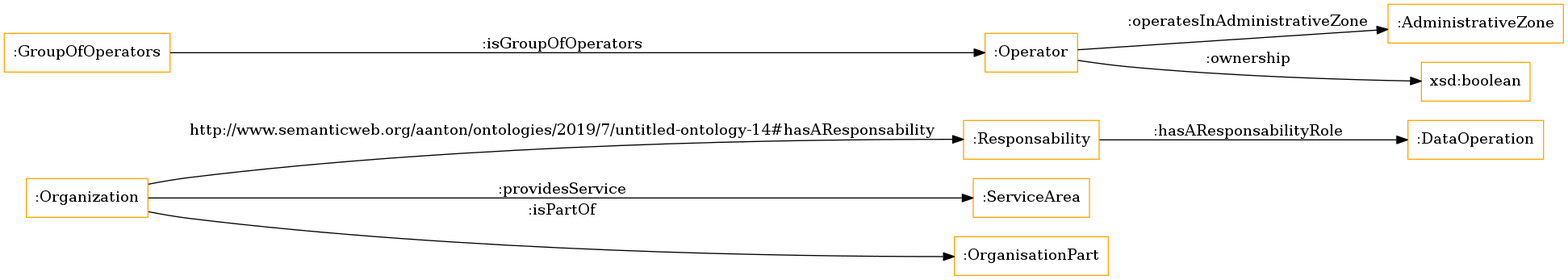
This is OnToology/ontology/tm-authorities.owl/diagrams/ar2dtool-class/tm-authorities.owl.png from oeg-upm/transmodel-ontology, a Graphviz export, as it was before one commit. Its source is kept beside it as OnToology/ontology/tm-authorities.owl/diagrams/ar2dtool-class/tm-authorities.owl.png.dot. Its diagram source:
```dot
digraph ar2dtool_diagram {
rankdir=LR;
size="1501"
node [shape = rectangle, color="orange"]; ":Responsability" ":ServiceArea" ":Organization" ":AdministrativeZone" ":OrganisationPart" ":GroupOfOperators" ":Operator" ; /*classes style*/
	":Operator" -> ":AdministrativeZone" [ label = ":operatesInAdministrativeZone" ];
	":Organization" -> ":ServiceArea" [ label = ":providesService" ];
	":Operator" -> "xsd:boolean" [ label = ":ownership" ];
	":Responsability" -> ":DataOperation" [ label = ":hasAResponsabilityRole" ];
	":Organization" -> ":OrganisationPart" [ label = ":isPartOf" ];
	":GroupOfOperators" -> ":Operator" [ label = ":isGroupOfOperators" ];
	":Organization" -> ":Responsability" [ label = "http://www.semanticweb.org/aanton/ontologies/2019/7/untitled-ontology-14#hasAResponsability" ];

}
```
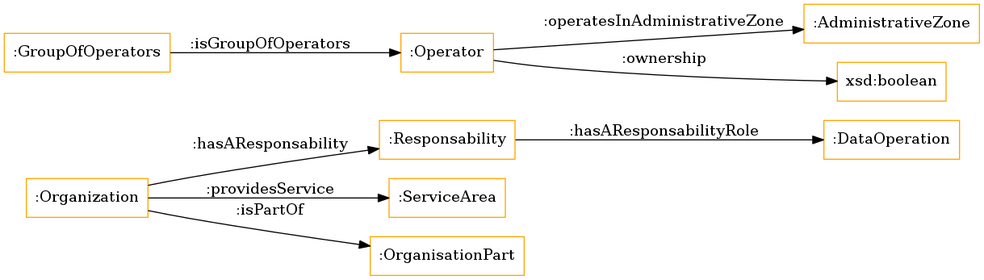
After the commit.

Diff of the diagram source:
```diff
@@ -5,9 +5,9 @@
 	":Operator" -> ":AdministrativeZone" [ label = ":operatesInAdministrativeZone" ];
 	":Organization" -> ":ServiceArea" [ label = ":providesService" ];
 	":Operator" -> "xsd:boolean" [ label = ":ownership" ];
+	":Organization" -> ":Responsability" [ label = ":hasAResponsability" ];
 	":Responsability" -> ":DataOperation" [ label = ":hasAResponsabilityRole" ];
 	":Organization" -> ":OrganisationPart" [ label = ":isPartOf" ];
 	":GroupOfOperators" -> ":Operator" [ label = ":isGroupOfOperators" ];
-	":Organization" -> ":Responsability" [ label = "http://www.semanticweb.org/aanton/ontologies/2019/7/untitled-ontology-14#hasAResponsability" ];
 
 }
```
